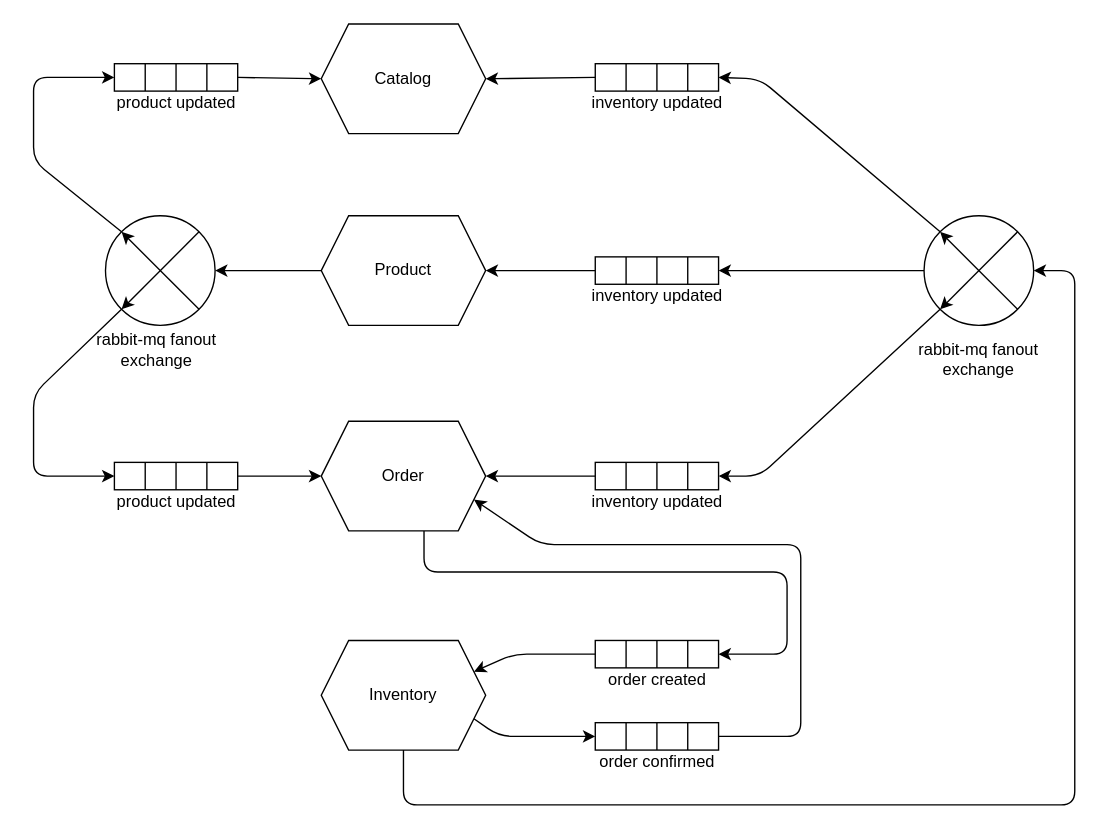
Earlier version of the draw.io diagram hld/service-communication.drawio (rd-raven/stirzz-design). Source tidied: cells renumbered, new cells numbered last; positions are measured from the earlier drawing's top-left corner, leaving out a move shared by most shapes. Both pictures are drawn from the tidied source at 137%, with x=0, y=0 at pixel (33, 23).
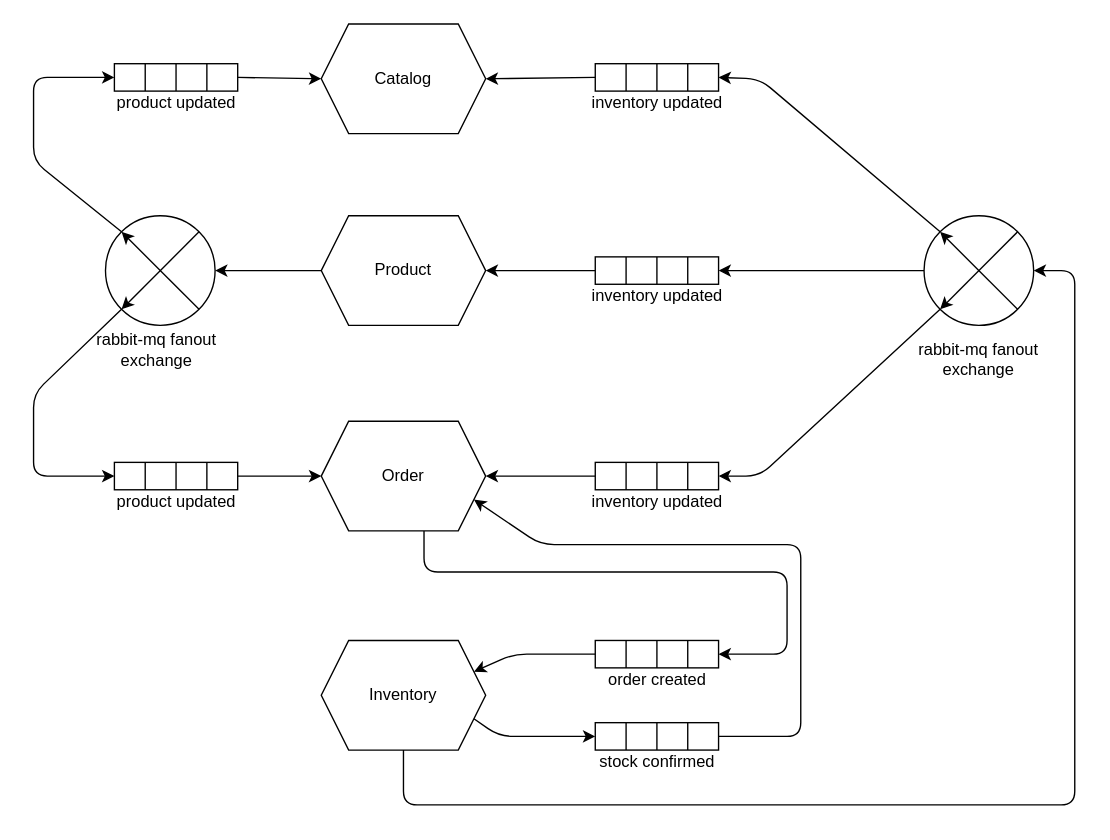
The same page after the edit.

The change refers to these unchanged cells:
```xml
<mxCell id="16" style="group;" parent="1" vertex="1">
  <mxGeometry x="408.5" y="510" width="92.5" height="34" as="geometry" />
</mxCell>
```

Change to the diagram source:
```diff
@@
-    <mxCell id="22" value="order confirmed" style="text;html=1;strokeColor=none;fillColor=none;align=center;verticalAlign=middle;whiteSpace=wrap;rounded=0;" parent="16" vertex="1">
+    <mxCell id="22" value="stock confirmed" style="text;html=1;strokeColor=none;fillColor=none;align=center;verticalAlign=middle;whiteSpace=wrap;rounded=0;" parent="16" vertex="1">
       <mxGeometry y="24" width="92.5" height="10" as="geometry" />
     </mxCell>
```
